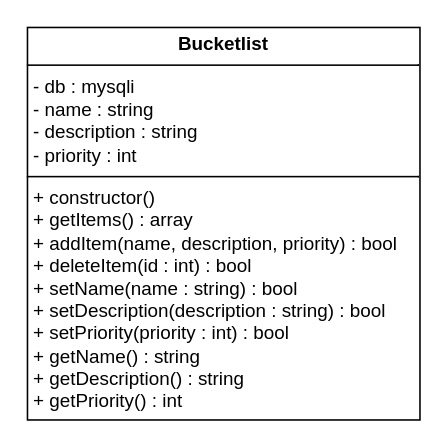
Above: docs/uml.drawio in elisalindstrom/dt209g_lab2 (draw.io), before the change. Source tidied: cells renumbered, new cells numbered last; positions are measured from the earlier drawing's top-left corner, leaving out a move shared by most shapes. Both pictures are drawn from the tidied source at 157%, with x=0, y=0 at pixel (27, 27).
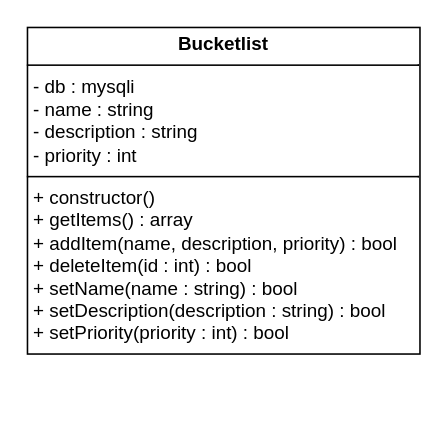
The same diagram, later.

The edit, as a diff of the source:
```diff
@@
 <mxGraphModel>
   <root>
     <mxCell id="0" />
     <mxCell id="1" parent="0" />
-    <mxCell id="2" value="&lt;p style=&quot;margin:0px;margin-top:4px;text-align:center;&quot;&gt;&lt;b&gt;Bucketlist&lt;/b&gt;&lt;/p&gt;&lt;hr size=&quot;1&quot; style=&quot;border-style:solid;&quot;&gt;&lt;p style=&quot;margin:0px;margin-left:4px;&quot;&gt;- db : mysqli&lt;/p&gt;&lt;p style=&quot;margin:0px;margin-left:4px;&quot;&gt;- name : string&lt;/p&gt;&lt;p style=&quot;margin:0px;margin-left:4px;&quot;&gt;- description : string&lt;/p&gt;&lt;p style=&quot;margin:0px;margin-left:4px;&quot;&gt;- priority : int&lt;/p&gt;&lt;hr size=&quot;1&quot; style=&quot;border-style:solid;&quot;&gt;&lt;p style=&quot;margin:0px;margin-left:4px;&quot;&gt;+ constructor()&lt;/p&gt;&lt;p style=&quot;margin:0px;margin-left:4px;&quot;&gt;+ getItems() : array&lt;/p&gt;&lt;p style=&quot;margin:0px;margin-left:4px;&quot;&gt;+ addItem(name, description, priority) : bool&lt;/p&gt;&lt;p style=&quot;margin:0px;margin-left:4px;&quot;&gt;+ deleteItem(id : int) : bool&lt;/p&gt;&lt;p style=&quot;margin:0px;margin-left:4px;&quot;&gt;+ setName(name : string) : bool&lt;/p&gt;&lt;p style=&quot;margin:0px;margin-left:4px;&quot;&gt;+ setDescription(description : string) : bool&lt;/p&gt;&lt;p style=&quot;margin:0px;margin-left:4px;&quot;&gt;+ setPriority(priority : int) : bool&lt;/p&gt;&lt;p style=&quot;margin:0px;margin-left:4px;&quot;&gt;+ getName() : string&lt;/p&gt;&lt;p style=&quot;margin:0px;margin-left:4px;&quot;&gt;+ getDescription() : string&lt;/p&gt;&lt;p style=&quot;margin:0px;margin-left:4px;&quot;&gt;+ getPriority() : int&lt;/p&gt;" style="verticalAlign=top;align=left;overflow=fill;html=1;whiteSpace=wrap;" parent="1" vertex="1">
-      <mxGeometry width="250" height="250" as="geometry" />
+    <mxCell id="2" value="&lt;p style=&quot;margin:0px;margin-top:4px;text-align:center;&quot;&gt;&lt;b&gt;Bucketlist&lt;/b&gt;&lt;/p&gt;&lt;hr size=&quot;1&quot; style=&quot;border-style:solid;&quot;&gt;&lt;p style=&quot;margin:0px;margin-left:4px;&quot;&gt;- db : mysqli&lt;/p&gt;&lt;p style=&quot;margin:0px;margin-left:4px;&quot;&gt;- name : string&lt;/p&gt;&lt;p style=&quot;margin:0px;margin-left:4px;&quot;&gt;- description : string&lt;/p&gt;&lt;p style=&quot;margin:0px;margin-left:4px;&quot;&gt;- priority : int&lt;/p&gt;&lt;hr size=&quot;1&quot; style=&quot;border-style:solid;&quot;&gt;&lt;p style=&quot;margin:0px;margin-left:4px;&quot;&gt;+ constructor()&lt;/p&gt;&lt;p style=&quot;margin:0px;margin-left:4px;&quot;&gt;+ getItems() : array&lt;/p&gt;&lt;p style=&quot;margin:0px;margin-left:4px;&quot;&gt;+ addItem(name, description, priority) : bool&lt;/p&gt;&lt;p style=&quot;margin:0px;margin-left:4px;&quot;&gt;+ deleteItem(id : int) : bool&lt;/p&gt;&lt;p style=&quot;margin:0px;margin-left:4px;&quot;&gt;+ setName(name : string) : bool&lt;/p&gt;&lt;p style=&quot;margin:0px;margin-left:4px;&quot;&gt;+ setDescription(description : string) : bool&lt;/p&gt;&lt;p style=&quot;margin:0px;margin-left:4px;&quot;&gt;+ setPriority(priority : int) : bool&lt;/p&gt;" style="verticalAlign=top;align=left;overflow=fill;html=1;whiteSpace=wrap;" parent="1" vertex="1">
+      <mxGeometry width="250" height="208" as="geometry" />
     </mxCell>
   </root>
 </mxGraphModel>
```
